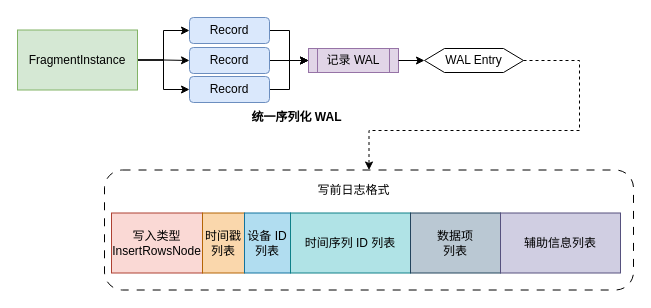
THUMarkLau/thuthesis keeps this draw.io diagram as 设计图/批量化wal设计.drawio. Above is the earlier version. Source tidied: cells renumbered, new cells numbered last; positions are measured from the earlier drawing's top-left corner, leaving out a move shared by most shapes. Both pictures are drawn from the tidied source at 100%, with x=0, y=0 at pixel (17, 17).
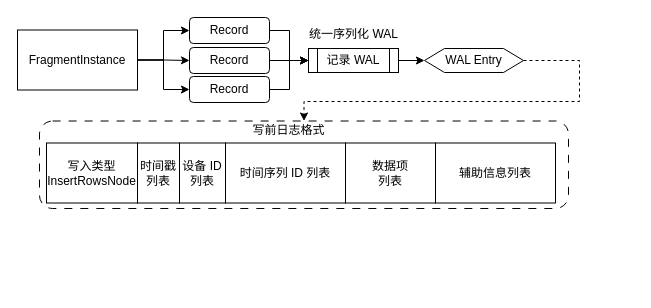
Above is the later version.

Unchanged cells that the change refers to:
```xml
<mxCell id="15" value="WAL Entry" style="shape=hexagon;perimeter=hexagonPerimeter2;whiteSpace=wrap;html=1;fixedSize=1;" parent="1" vertex="1">
  <mxGeometry x="407" y="31" width="99" height="24" as="geometry" />
</mxCell>
```

Change to the diagram source:
```diff
@@
     <mxCell id="2" style="rounded=1;whiteSpace=wrap;html=1;fillColor=none;dashed=1;dashPattern=8 8;" parent="1" vertex="1">
-      <mxGeometry x="87" y="152.5" width="529" height="120" as="geometry" />
+      <mxGeometry x="22" y="103.5" width="529" height="87.5" as="geometry" />
     </mxCell>
@@
-    <mxCell id="6" value="FragmentInstance" style="rounded=0;whiteSpace=wrap;html=1;fillColor=#d5e8d4;strokeColor=#82b366;" parent="1" vertex="1">
+    <mxCell id="6" value="FragmentInstance" style="rounded=0;whiteSpace=wrap;html=1;fillColor=none;strokeColor=#000000;" parent="1" vertex="1">
       <mxGeometry y="12.5" width="120" height="60" as="geometry" />
     </mxCell>
@@
-    <mxCell id="8" value="Record" style="rounded=1;whiteSpace=wrap;html=1;fillColor=#dae8fc;strokeColor=#6c8ebf;" parent="1" vertex="1">
+    <mxCell id="8" value="Record" style="rounded=1;whiteSpace=wrap;html=1;fillColor=none;strokeColor=#000000;" parent="1" vertex="1">
       <mxGeometry x="172" width="80" height="26" as="geometry" />
     </mxCell>
@@
-    <mxCell id="10" value="Record" style="rounded=1;whiteSpace=wrap;html=1;fillColor=#dae8fc;strokeColor=#6c8ebf;" parent="1" vertex="1">
+    <mxCell id="10" value="Record" style="rounded=1;whiteSpace=wrap;html=1;fillColor=none;strokeColor=#000000;" parent="1" vertex="1">
       <mxGeometry x="172" y="30" width="80" height="26" as="geometry" />
     </mxCell>
@@
-    <mxCell id="12" value="Record" style="rounded=1;whiteSpace=wrap;html=1;fillColor=#dae8fc;strokeColor=#6c8ebf;" parent="1" vertex="1">
+    <mxCell id="12" value="Record" style="rounded=1;whiteSpace=wrap;html=1;fillColor=none;strokeColor=#000000;" parent="1" vertex="1">
       <mxGeometry x="172" y="59" width="80" height="26" as="geometry" />
     </mxCell>
-    <mxCell id="13" value="记录 WAL" style="shape=process;whiteSpace=wrap;html=1;backgroundOutline=1;fillColor=#e1d5e7;strokeColor=#9673a6;" parent="1" vertex="1">
+    <mxCell id="13" value="记录 WAL" style="shape=process;whiteSpace=wrap;html=1;backgroundOutline=1;fillColor=none;strokeColor=#000000;" parent="1" vertex="1">
       <mxGeometry x="291" y="31" width="90" height="24" as="geometry" />
     </mxCell>
     <mxCell id="14" style="edgeStyle=orthogonalEdgeStyle;rounded=0;jettySize=auto;html=1;entryX=0.5;entryY=0;entryDx=0;entryDy=0;dashed=1;exitX=1;exitY=0.5;exitDx=0;exitDy=0;" parent="1" edge="1" source="15" target="2">
       <mxGeometry relative="1" as="geometry">
         <Array as="points">
           <mxPoint x="562" y="43" />
-          <mxPoint x="562" y="113" />
-          <mxPoint x="352" y="113" />
+          <mxPoint x="562" y="84" />
+          <mxPoint x="287" y="84" />
         </Array>
       </mxGeometry>
     </mxCell>
@@
-    <mxCell id="17" value="写入类型&lt;br&gt;InsertRowsNode" style="rounded=0;whiteSpace=wrap;html=1;fillColor=#fad9d5;strokeColor=#ae4132;" parent="1" vertex="1">
-      <mxGeometry x="94" y="195.5" width="91" height="60" as="geometry" />
+    <mxCell id="17" value="写入类型&lt;br&gt;InsertRowsNode" style="rounded=0;whiteSpace=wrap;html=1;fillColor=none;strokeColor=#000000;" parent="1" vertex="1">
+      <mxGeometry x="29" y="125.5" width="91" height="60" as="geometry" />
     </mxCell>
-    <mxCell id="18" value="时间戳&lt;br&gt;列表" style="rounded=0;whiteSpace=wrap;html=1;fillColor=#fad7ac;strokeColor=#b46504;" parent="1" vertex="1">
-      <mxGeometry x="185" y="195.5" width="42" height="60" as="geometry" />
+    <mxCell id="18" value="时间戳&lt;br&gt;列表" style="rounded=0;whiteSpace=wrap;html=1;fillColor=none;strokeColor=#000000;" parent="1" vertex="1">
+      <mxGeometry x="120" y="125.5" width="42" height="60" as="geometry" />
     </mxCell>
-    <mxCell id="19" value="设备 ID&lt;br&gt;列表" style="rounded=0;whiteSpace=wrap;html=1;fillColor=#b1ddf0;strokeColor=#10739e;" parent="1" vertex="1">
-      <mxGeometry x="227" y="195.5" width="46" height="60" as="geometry" />
+    <mxCell id="19" value="设备 ID&lt;br&gt;列表" style="rounded=0;whiteSpace=wrap;html=1;fillColor=none;strokeColor=#000000;" parent="1" vertex="1">
+      <mxGeometry x="162" y="125.5" width="46" height="60" as="geometry" />
     </mxCell>
-    <mxCell id="20" value="时间序列 ID 列表" style="rounded=0;whiteSpace=wrap;html=1;fillColor=#b0e3e6;strokeColor=#0e8088;" parent="1" vertex="1">
-      <mxGeometry x="273" y="195.5" width="120" height="60" as="geometry" />
+    <mxCell id="20" value="时间序列 ID 列表" style="rounded=0;whiteSpace=wrap;html=1;fillColor=none;strokeColor=#000000;" parent="1" vertex="1">
+      <mxGeometry x="208" y="125.5" width="120" height="60" as="geometry" />
     </mxCell>
-    <mxCell id="21" value="数据项&lt;br&gt;列表" style="rounded=0;whiteSpace=wrap;html=1;fillColor=#bac8d3;strokeColor=#23445d;" parent="1" vertex="1">
-      <mxGeometry x="393" y="195.5" width="90" height="60" as="geometry" />
+    <mxCell id="21" value="数据项&lt;br&gt;列表" style="rounded=0;whiteSpace=wrap;html=1;fillColor=none;strokeColor=#000000;" parent="1" vertex="1">
+      <mxGeometry x="328" y="125.5" width="90" height="60" as="geometry" />
     </mxCell>
-    <mxCell id="22" value="辅助信息列表" style="rounded=0;whiteSpace=wrap;html=1;fillColor=#d0cee2;strokeColor=#56517e;" parent="1" vertex="1">
-      <mxGeometry x="483" y="195.5" width="120" height="60" as="geometry" />
+    <mxCell id="22" value="辅助信息列表" style="rounded=0;whiteSpace=wrap;html=1;fillColor=none;strokeColor=#000000;" parent="1" vertex="1">
+      <mxGeometry x="418" y="125.5" width="120" height="60" as="geometry" />
     </mxCell>
     <mxCell id="23" value="写前日志格式" style="text;html=1;align=center;verticalAlign=middle;strokeColor=none;fillColor=none;" parent="1" vertex="1">
-      <mxGeometry x="291" y="159.5" width="90" height="26" as="geometry" />
+      <mxGeometry x="226" y="99.5" width="90" height="26" as="geometry" />
     </mxCell>
-    <mxCell id="24" value="&lt;b&gt;统一序列化 WAL&lt;/b&gt;" style="text;html=1;align=center;verticalAlign=middle;strokeColor=none;fillColor=none;" parent="1" vertex="1">
-      <mxGeometry x="224" y="85" width="110" height="30" as="geometry" />
+    <mxCell id="24" value="&lt;span&gt;统一序列化 WAL&lt;/span&gt;" style="text;html=1;align=center;verticalAlign=middle;strokeColor=none;fillColor=none;fontStyle=0;" parent="1" vertex="1">
+      <mxGeometry x="282.5" y="4" width="107" height="26" as="geometry" />
     </mxCell>
```
